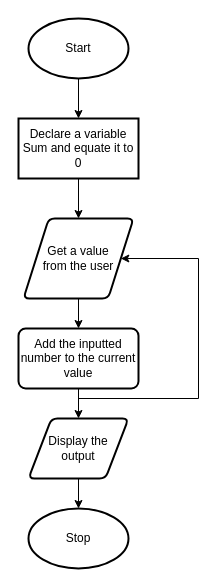
Above: Problem 1.drawio in FDMasangkay/DSA-CPE010-CPE21S4 (draw.io), before the change. Source tidied: cells renumbered, new cells numbered last; positions are measured from the earlier drawing's top-left corner, leaving out a move shared by most shapes. Both pictures are drawn from the tidied source at 100%, with x=0, y=0 at pixel (18, 18).
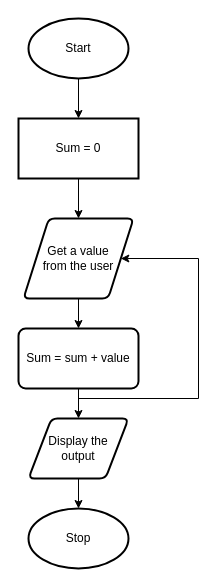
Above is the later version.

Diff of the diagram source:
```diff
@@
 <mxGraphModel>
   <root>
     <mxCell id="0" />
     <mxCell id="1" parent="0" />
     <mxCell id="2" style="edgeStyle=orthogonalEdgeStyle;rounded=0;jettySize=auto;html=1;" parent="1" edge="1" source="3" target="5">
       <mxGeometry relative="1" as="geometry" />
     </mxCell>
     <mxCell id="3" value="Start" style="strokeWidth=2;html=1;shape=mxgraph.flowchart.start_1;whiteSpace=wrap;" parent="1" vertex="1">
       <mxGeometry x="10" width="100" height="60" as="geometry" />
     </mxCell>
     <mxCell id="4" style="edgeStyle=orthogonalEdgeStyle;rounded=0;jettySize=auto;html=1;" parent="1" edge="1" source="5" target="7">
       <mxGeometry relative="1" as="geometry" />
     </mxCell>
-    <mxCell id="5" value="Declare a variable Sum and equate it to 0" style="whiteSpace=wrap;html=1;strokeWidth=2;" parent="1" vertex="1">
+    <mxCell id="5" value="Sum = 0" style="whiteSpace=wrap;html=1;strokeWidth=2;" parent="1" vertex="1">
       <mxGeometry y="100" width="120" height="60" as="geometry" />
     </mxCell>
     <mxCell id="6" style="edgeStyle=orthogonalEdgeStyle;rounded=0;jettySize=auto;html=1;" parent="1" edge="1" source="7" target="10">
       <mxGeometry relative="1" as="geometry" />
     </mxCell>
     <mxCell id="7" value="Get a value &lt;br&gt;from the user" style="shape=parallelogram;html=1;strokeWidth=2;perimeter=parallelogramPerimeter;whiteSpace=wrap;rounded=1;arcSize=12;size=0.23;" parent="1" vertex="1">
       <mxGeometry x="5" y="200" width="110" height="80" as="geometry" />
     </mxCell>
     <mxCell id="8" style="edgeStyle=orthogonalEdgeStyle;rounded=0;jettySize=auto;html=1;" parent="1" edge="1" source="10" target="12">
       <mxGeometry relative="1" as="geometry" />
     </mxCell>
     <mxCell id="9" style="edgeStyle=orthogonalEdgeStyle;rounded=0;jettySize=auto;html=1;entryX=1;entryY=0.5;entryDx=0;entryDy=0;" parent="1" edge="1" target="7">
       <mxGeometry relative="1" as="geometry">
         <mxPoint x="60" y="380" as="sourcePoint" />
         <Array as="points">
           <mxPoint x="180" y="380" />
           <mxPoint x="180" y="240" />
         </Array>
       </mxGeometry>
     </mxCell>
-    <mxCell id="10" value="Add the inputted number to the current value" style="whiteSpace=wrap;html=1;strokeWidth=2;rounded=1;arcSize=12;" parent="1" vertex="1">
+    <mxCell id="10" value="Sum = sum + value" style="whiteSpace=wrap;html=1;strokeWidth=2;rounded=1;arcSize=12;" parent="1" vertex="1">
       <mxGeometry y="310" width="120" height="60" as="geometry" />
     </mxCell>
     <mxCell id="11" style="edgeStyle=orthogonalEdgeStyle;rounded=0;jettySize=auto;html=1;" parent="1" edge="1" source="12" target="13">
       <mxGeometry relative="1" as="geometry" />
     </mxCell>
     <mxCell id="12" value="Display the &lt;br&gt;output" style="shape=parallelogram;html=1;strokeWidth=2;perimeter=parallelogramPerimeter;whiteSpace=wrap;rounded=1;arcSize=12;size=0.23;" parent="1" vertex="1">
       <mxGeometry x="10" y="400" width="100" height="60" as="geometry" />
     </mxCell>
     <mxCell id="13" value="Stop" style="strokeWidth=2;html=1;shape=mxgraph.flowchart.start_1;whiteSpace=wrap;" parent="1" vertex="1">
       <mxGeometry x="10" y="490" width="100" height="60" as="geometry" />
     </mxCell>
   </root>
 </mxGraphModel>
```
